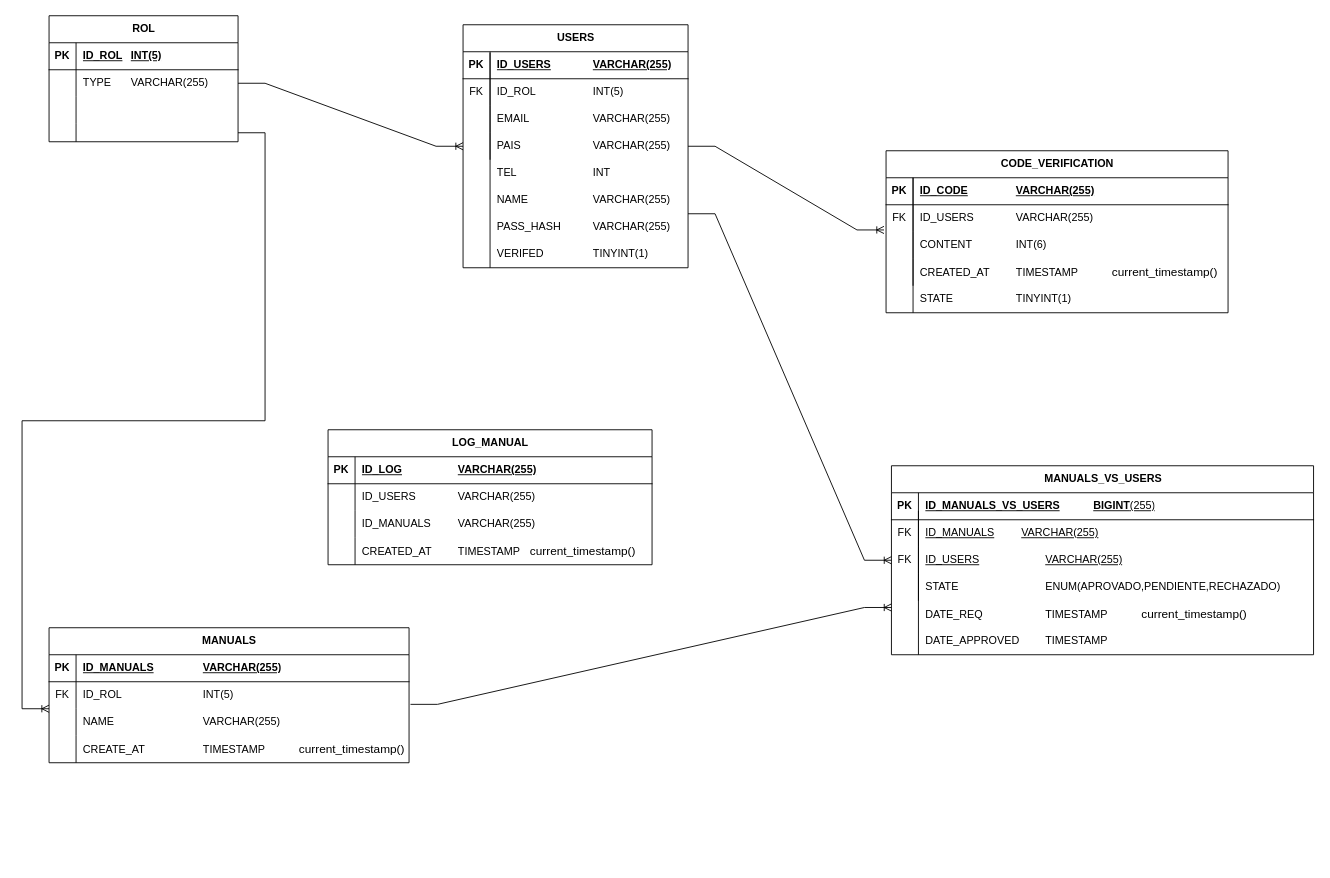
colmotica19/web-page-colmotica-backend keeps this draw.io diagram as Diagramas/BD COLMOTICA WEB.drawio. Above is the earlier version. Source tidied: cells renumbered, new cells numbered last; positions are measured from the earlier drawing's top-left corner, leaving out a move shared by most shapes. Both pictures are drawn from the tidied source at 90%, with x=0, y=0 at pixel (49, 15).
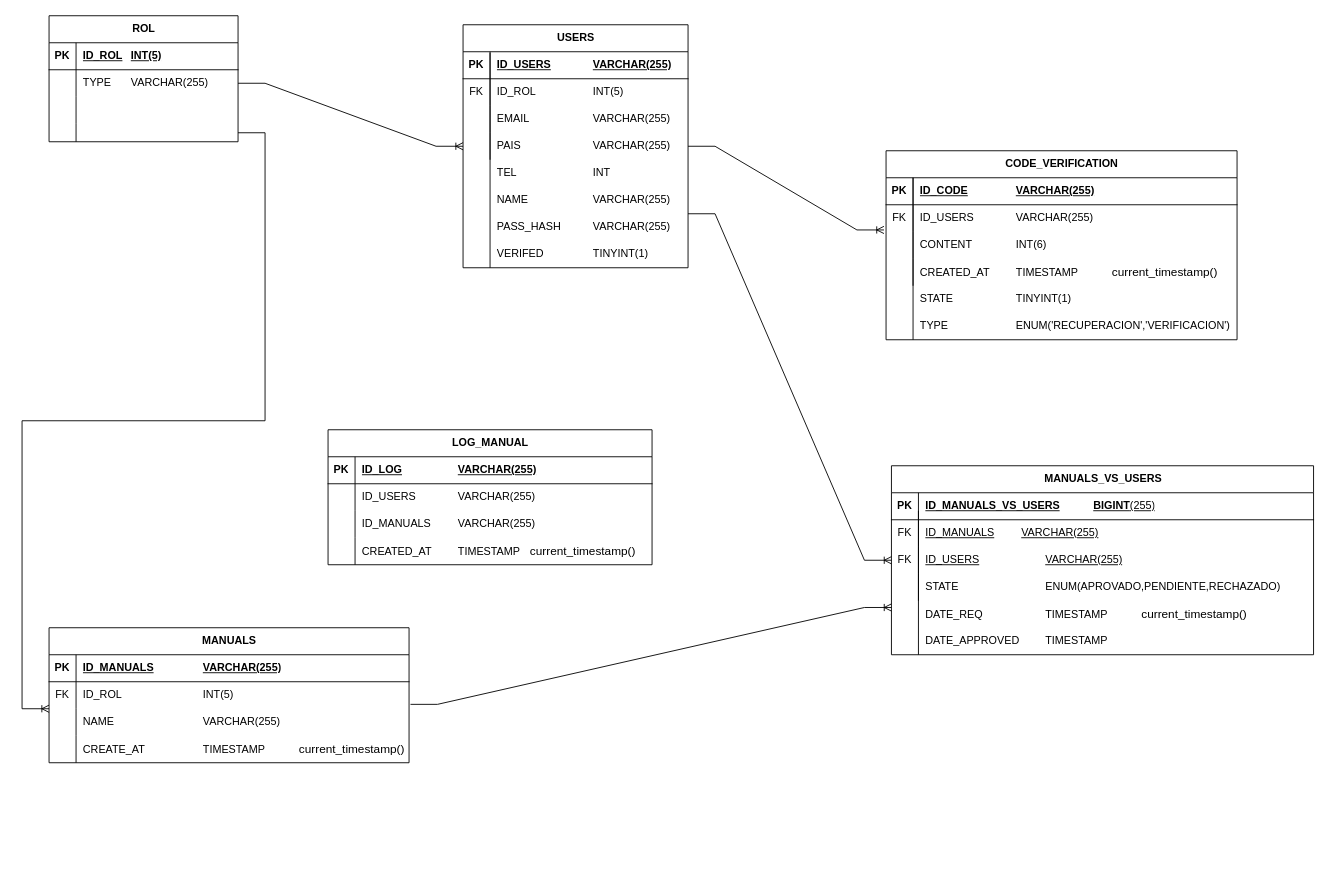
After the change.

What changed in the source:
```diff
@@
     <mxCell id="39" value="CODE_VERIFICATION" style="shape=table;startSize=30;childLayout=tableLayout;rowLines=0;fontStyle=1;align=center;html=1;" parent="1" vertex="1">
-      <mxGeometry x="930" y="150" width="380" height="180" as="geometry" />
+      <mxGeometry x="930" y="150" width="390" height="210" as="geometry" />
     </mxCell>
     <mxCell id="40" style="shape=tableRow;horizontal=0;startSize=0;swimlaneHead=0;swimlaneBody=0;fillColor=none;top=0;left=0;right=0;bottom=1;" parent="39" vertex="1">
-      <mxGeometry y="30" width="380" height="30" as="geometry" />
+      <mxGeometry y="30" width="390" height="30" as="geometry" />
     </mxCell>
@@
     <mxCell id="42" value="ID_CODE&lt;span style=&quot;white-space: pre;&quot;&gt;&#9;&lt;/span&gt;&lt;span style=&quot;white-space: pre;&quot;&gt;&#9;&lt;/span&gt;VARCHAR(255)" style="shape=partialRectangle;fillColor=none;top=0;left=0;bottom=0;right=0;align=left;spacingLeft=6;fontStyle=5;overflow=hidden;whiteSpace=wrap;html=1;" parent="40" vertex="1">
-      <mxGeometry x="30" width="350" height="30" as="geometry" />
+      <mxGeometry x="30" width="360" height="30" as="geometry" />
     </mxCell>
     <mxCell id="43" style="shape=tableRow;horizontal=0;startSize=0;swimlaneHead=0;swimlaneBody=0;fillColor=none;top=0;left=0;right=0;bottom=0;" parent="39" vertex="1">
-      <mxGeometry y="60" width="380" height="30" as="geometry" />
+      <mxGeometry y="60" width="390" height="30" as="geometry" />
     </mxCell>
@@
     <mxCell id="45" value="ID_USERS&lt;span style=&quot;white-space: pre;&quot;&gt;&#9;&lt;/span&gt;&lt;span style=&quot;white-space: pre;&quot;&gt;&#9;&lt;/span&gt;VARCHAR(255)" style="shape=partialRectangle;fillColor=none;top=0;left=0;bottom=0;right=0;align=left;spacingLeft=6;overflow=hidden;whiteSpace=wrap;html=1;" parent="43" vertex="1">
-      <mxGeometry x="30" width="350" height="30" as="geometry" />
+      <mxGeometry x="30" width="360" height="30" as="geometry" />
     </mxCell>
     <mxCell id="46" style="shape=tableRow;horizontal=0;startSize=0;swimlaneHead=0;swimlaneBody=0;fillColor=none;points=[[0,0.5],[1,0.5]];portConstraint=eastwest;top=0;left=0;right=0;bottom=0;" parent="39" vertex="1">
-      <mxGeometry y="90" width="380" height="30" as="geometry" />
+      <mxGeometry y="90" width="390" height="30" as="geometry" />
     </mxCell>
@@
     <mxCell id="48" value="CONTENT&lt;span style=&quot;white-space: pre;&quot;&gt;&#9;&lt;/span&gt;&lt;span style=&quot;white-space: pre;&quot;&gt;&#9;&lt;/span&gt;INT(6)" style="shape=partialRectangle;fillColor=none;top=0;left=0;bottom=0;right=0;align=left;spacingLeft=6;overflow=hidden;whiteSpace=wrap;html=1;" parent="46" vertex="1">
-      <mxGeometry x="30" width="350" height="30" as="geometry" />
+      <mxGeometry x="30" width="360" height="30" as="geometry" />
     </mxCell>
     <mxCell id="49" style="shape=tableRow;horizontal=0;startSize=0;swimlaneHead=0;swimlaneBody=0;fillColor=none;top=0;left=0;right=0;bottom=0;" parent="39" vertex="1">
-      <mxGeometry y="120" width="380" height="30" as="geometry" />
+      <mxGeometry y="120" width="390" height="30" as="geometry" />
     </mxCell>
@@
     <mxCell id="51" value="CREATED_AT&lt;span style=&quot;white-space: pre;&quot;&gt;&#9;&lt;/span&gt;&lt;span style=&quot;white-space: pre;&quot;&gt;&#9;&lt;/span&gt;TIMESTAMP&lt;span style=&quot;white-space: pre;&quot;&gt;&#9;&lt;/span&gt;&lt;span style=&quot;white-space: pre;&quot;&gt;&#9;&lt;/span&gt;&lt;span style=&quot;font-family: sans-serif; font-size: 13.12px; text-wrap-mode: nowrap; background-color: rgb(255, 255, 255);&quot;&gt;current_timestamp()&lt;/span&gt;" style="shape=partialRectangle;fillColor=none;top=0;left=0;bottom=0;right=0;align=left;spacingLeft=6;overflow=hidden;whiteSpace=wrap;html=1;" parent="49" vertex="1">
-      <mxGeometry x="30" width="350" height="30" as="geometry" />
+      <mxGeometry x="30" width="360" height="30" as="geometry" />
     </mxCell>
@@
     <mxCell id="57" style="endArrow=none;html=1;rounded=0;entryX=0.12;entryY=0.033;entryDx=0;entryDy=0;entryPerimeter=0;" parent="1" edge="1">
       <mxGeometry relative="1" as="geometry">
-        <mxPoint x="960" y="330" as="sourcePoint" />
+        <mxPoint x="960" y="360" as="sourcePoint" />
         <mxPoint x="960" y="180" as="targetPoint" />
       </mxGeometry>
     </mxCell>
@@
+    <mxCell id="104" value="TYPE&lt;span style=&quot;white-space: pre;&quot;&gt;&#9;&lt;/span&gt;&lt;span style=&quot;white-space: pre;&quot;&gt;&#9;&lt;/span&gt;&lt;span style=&quot;white-space: pre;&quot;&gt;&#9;&lt;/span&gt;ENUM('RECUPERACION','VERIFICACION')" style="shape=partialRectangle;fillColor=none;top=0;left=0;bottom=0;right=0;align=left;spacingLeft=6;overflow=hidden;whiteSpace=wrap;html=1;" parent="1" vertex="1">
+      <mxGeometry x="960" y="330" width="360" height="30" as="geometry" />
+    </mxCell>
```
